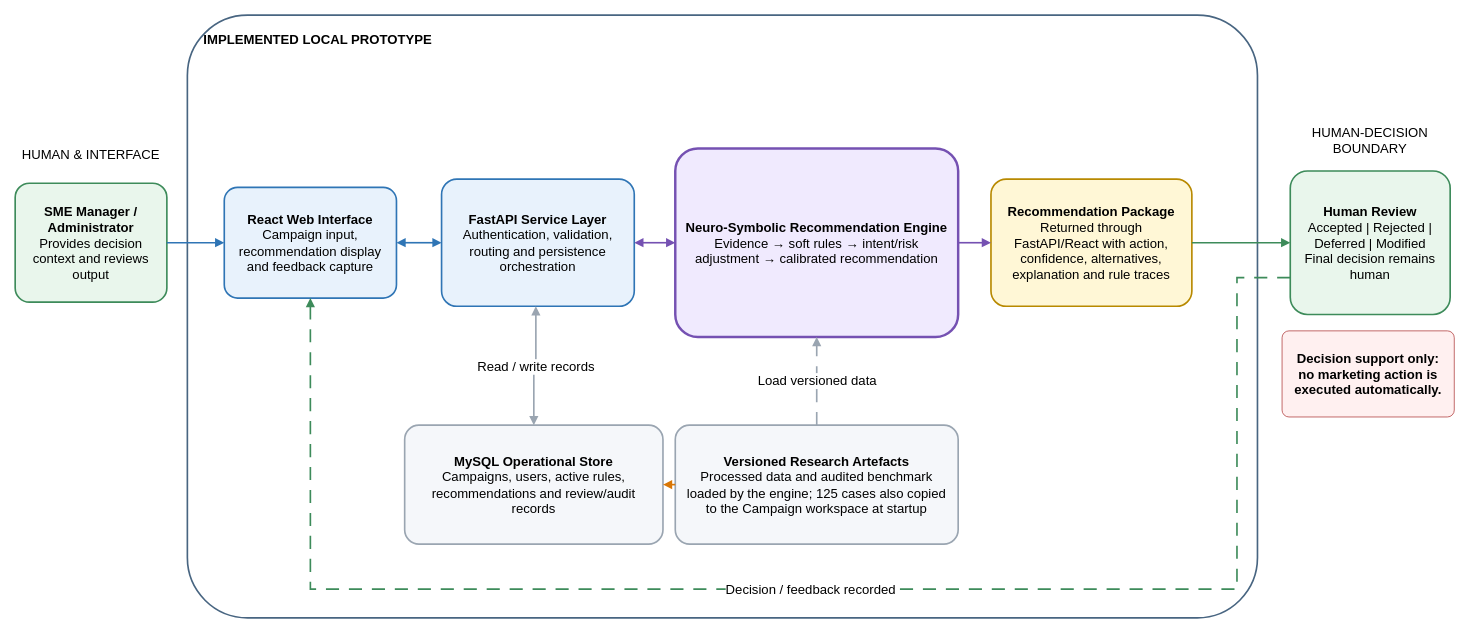
Earlier version of the draw.io diagram docs/chapter4_figures/Figure_4_1_Overall_Architecture_Final_Corrected.drawio (j1ngy0ng/FYP-Desicion-Support-System). Source tidied: cells renumbered, new cells numbered last; positions are measured from the earlier drawing's top-left corner, leaving out a move shared by most shapes. Both pictures are drawn from the tidied source at 82%, with x=0, y=0 at pixel (15, 15).
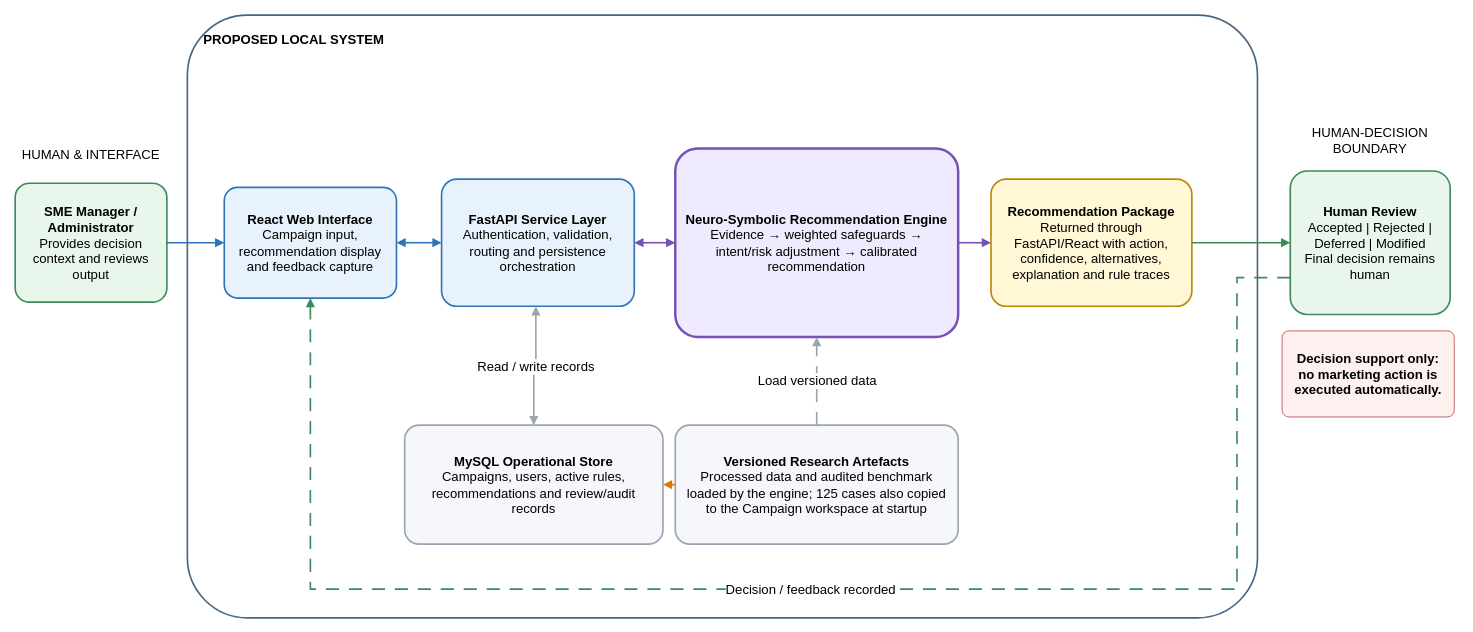
The same diagram, later.

The edit, as a diff of the source:
```diff
@@
-    <mxCell id="2" value="IMPLEMENTED LOCAL PROTOTYPE" style="rounded=1;arcSize=10;whiteSpace=wrap;html=1;fillColor=#FFFFFF;strokeColor=#486581;strokeWidth=2;fontFamily=Arial;fontSize=16;fontStyle=1;fontColor=light-dark(#000000, #b1c8df);align=left;verticalAlign=top;spacingTop=14;spacingLeft=18;" parent="1" vertex="1">
+    <mxCell id="2" value="PROPOSED LOCAL SYSTEM" style="rounded=1;arcSize=10;whiteSpace=wrap;html=1;fillColor=#FFFFFF;strokeColor=#486581;strokeWidth=2;fontFamily=Arial;fontSize=16;fontStyle=1;fontColor=light-dark(#000000, #b1c8df);align=left;verticalAlign=top;spacingTop=14;spacingLeft=18;" parent="1" vertex="1">
       <mxGeometry x="210" width="1305" height="735" as="geometry" />
     </mxCell>
@@
-    <mxCell id="6" value="&lt;b&gt;Neuro-Symbolic Recommendation Engine&lt;/b&gt;&lt;br&gt;&lt;font&gt;Evidence → soft rules → intent/risk adjustment → calibrated recommendation&lt;/font&gt;" style="rounded=1;arcSize=12;whiteSpace=wrap;html=1;align=center;verticalAlign=middle;spacing=10;fontFamily=Arial;fontSize=16;fontColor=light-dark(#000000, #b1c8df);fillColor=#F0EAFE;strokeColor=#7551B2;strokeWidth=3;" parent="1" vertex="1">
+    <mxCell id="6" value="&lt;b&gt;Neuro-Symbolic Recommendation Engine&lt;/b&gt;&lt;br&gt;&lt;font&gt;Evidence → weighted safeguards → intent/risk adjustment → calibrated recommendation&lt;/font&gt;" style="rounded=1;arcSize=12;whiteSpace=wrap;html=1;align=center;verticalAlign=middle;spacing=10;fontFamily=Arial;fontSize=16;fontColor=light-dark(#000000, #b1c8df);fillColor=#F0EAFE;strokeColor=#7551B2;strokeWidth=3;" parent="1" vertex="1">
       <mxGeometry x="805" y="162.5" width="345" height="230" as="geometry" />
     </mxCell>
```
